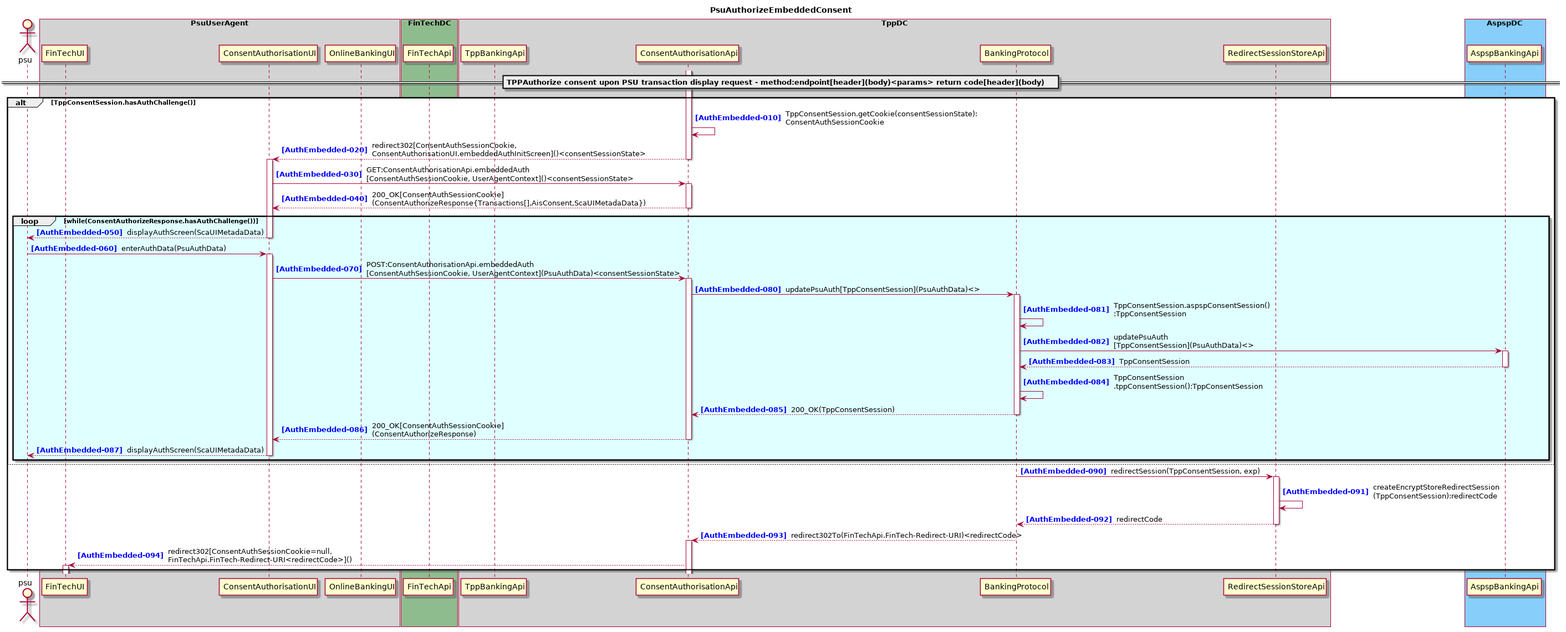
adorsys/open-banking-gateway keeps this PlantUML diagram as doc/develop/architecture/diagrams/useCases/5a-psuAuthEmbeddedConsent.png. Above is the earlier version. The source it was exported from:
```plantuml
@startuml
title PsuAuthorizeEmbeddedConsent
autonumber 10 10 "<b><color blue>[AuthEmbedded-000]</color></b>"
actor psu

box "PsuUserAgent" #LightGray
    participant "FinTechUI" as FinTechUI
    participant "ConsentAuthorisationUI" as ConsentAuthorisationUI
    participant "OnlineBankingUI" as OnlineBankingUI
end box
box "FinTechDC" #DarkSeaGreen
    participant "FinTechApi" as FinTechApi
end box
box "TppDC" #LightGray
    participant "TppBankingApi" as TppBankingApi
    participant "ConsentAuthorisationApi" as ConsentAuthorisationApi

    participant "BankingProtocol" as BankingProtocol
    participant "RedirectSessionStoreApi" as RedirectSessionStoreApi
end box
box "AspspDC" #LightSkyBlue
	participant "AspspBankingApi" as AspspBankingApi
end box
== TPPAuthorize consent upon PSU transaction display request - method:endpoint[header](body)<params> return code[header](body) ==
activate ConsentAuthorisationApi
alt TppConsentSession.hasAuthChallenge()
ConsentAuthorisationApi -> ConsentAuthorisationApi : TppConsentSession.getCookie(consentSessionState):\nConsentAuthSessionCookie
ConsentAuthorisationApi --> ConsentAuthorisationUI : redirect302[ConsentAuthSessionCookie,\nConsentAuthorisationUI.embeddedAuthInitScreen]()<consentSessionState>
deactivate ConsentAuthorisationApi
activate ConsentAuthorisationUI
ConsentAuthorisationUI -> ConsentAuthorisationApi ++ : GET:ConsentAuthorisationApi.embeddedAuth\n[ConsentAuthSessionCookie, UserAgentContext]()<consentSessionState>
return 200_OK[ConsentAuthSessionCookie]\n(ConsentAuthorizeResponse{Transactions[],AisConsent,ScaUIMetadaData})
loop #LightCyan while(ConsentAuthorizeResponse.hasAuthChallenge())
    ConsentAuthorisationUI --> psu : displayAuthScreen(ScaUIMetadaData)
    deactivate ConsentAuthorisationUI
    psu -> ConsentAuthorisationUI ++ : enterAuthData(PsuAuthData)
    ConsentAuthorisationUI -> ConsentAuthorisationApi ++ : POST:ConsentAuthorisationApi.embeddedAuth\n[ConsentAuthSessionCookie, UserAgentContext](PsuAuthData)<consentSessionState>
    autonumber 80 1 "<b><color blue>[AuthEmbedded-000]</color></b>"
    ConsentAuthorisationApi -> BankingProtocol ++ : updatePsuAuth[TppConsentSession](PsuAuthData)<>
    BankingProtocol -> BankingProtocol : TppConsentSession.aspspConsentSession()\n:TppConsentSession
    BankingProtocol -> AspspBankingApi ++ : updatePsuAuth\n[TppConsentSession](PsuAuthData)<>
    return TppConsentSession
    BankingProtocol -> BankingProtocol : TppConsentSession\n.tppConsentSession():TppConsentSession
    return 200_OK(TppConsentSession)
    return 200_OK[ConsentAuthSessionCookie]\n(ConsentAuthorizeResponse)
    return displayAuthScreen(ScaUIMetadaData)
end
else
autonumber 90 1 "<b><color blue>[AuthEmbedded-000]</color></b>"
activate BankingProtocol
BankingProtocol -> RedirectSessionStoreApi ++ : redirectSession(TppConsentSession, exp)
RedirectSessionStoreApi -> RedirectSessionStoreApi : createEncryptStoreRedirectSession\n(TppConsentSession):redirectCode
return redirectCode
BankingProtocol --> ConsentAuthorisationApi ++ : redirect302To(FinTechApi.FinTech-Redirect-URI)<redirectCode>
ConsentAuthorisationApi --> FinTechUI ++ : redirect302[ConsentAuthSessionCookie=null,\nFinTechApi.FinTech-Redirect-URI<redirectCode>]()
end
@enduml
```
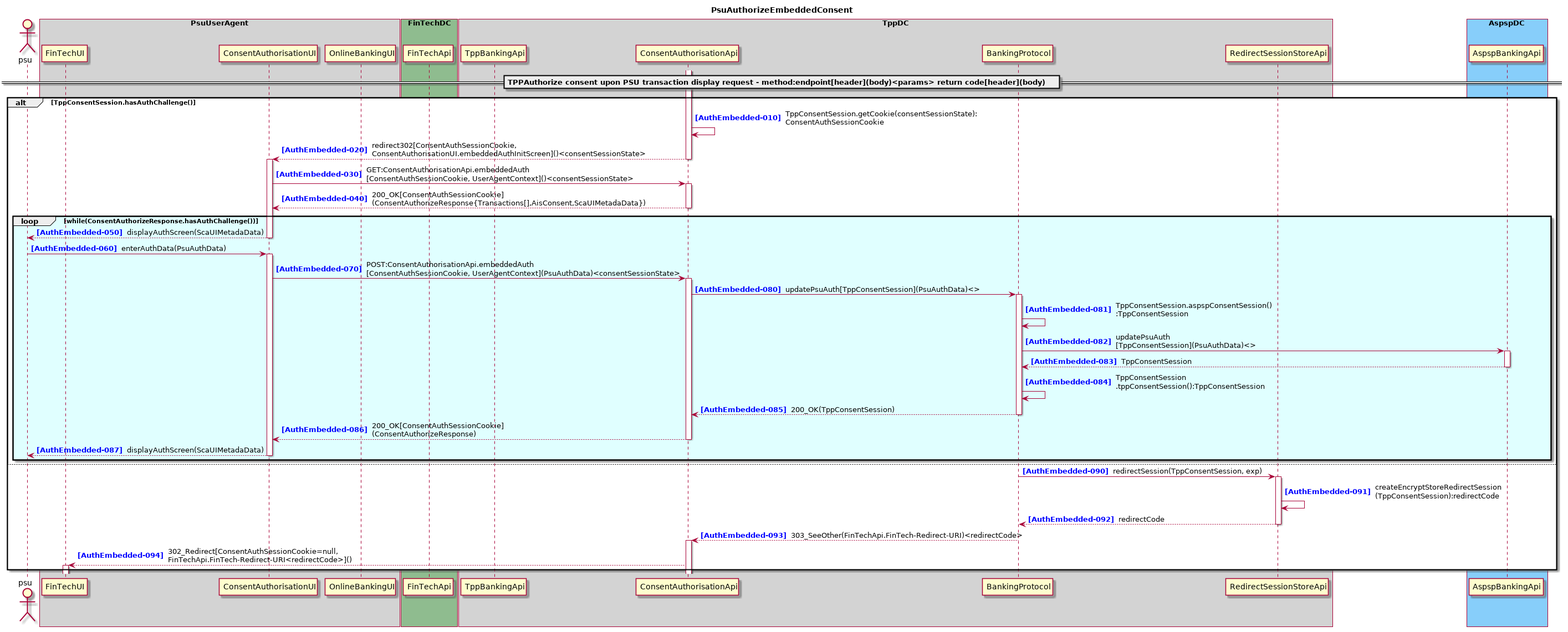
The same diagram one commit later.

Diff of the diagram source:
```diff
@@ -51,7 +51,7 @@
 BankingProtocol -> RedirectSessionStoreApi ++ : redirectSession(TppConsentSession, exp)
 RedirectSessionStoreApi -> RedirectSessionStoreApi : createEncryptStoreRedirectSession\n(TppConsentSession):redirectCode
 return redirectCode
-BankingProtocol --> ConsentAuthorisationApi ++ : redirect302To(FinTechApi.FinTech-Redirect-URI)<redirectCode>
-ConsentAuthorisationApi --> FinTechUI ++ : redirect302[ConsentAuthSessionCookie=null,\nFinTechApi.FinTech-Redirect-URI<redirectCode>]()
+BankingProtocol --> ConsentAuthorisationApi ++ : 303_SeeOther(FinTechApi.FinTech-Redirect-URI)<redirectCode>
+ConsentAuthorisationApi --> FinTechUI ++ : 302_Redirect[ConsentAuthSessionCookie=null,\nFinTechApi.FinTech-Redirect-URI<redirectCode>]()
 end
 @enduml
```
